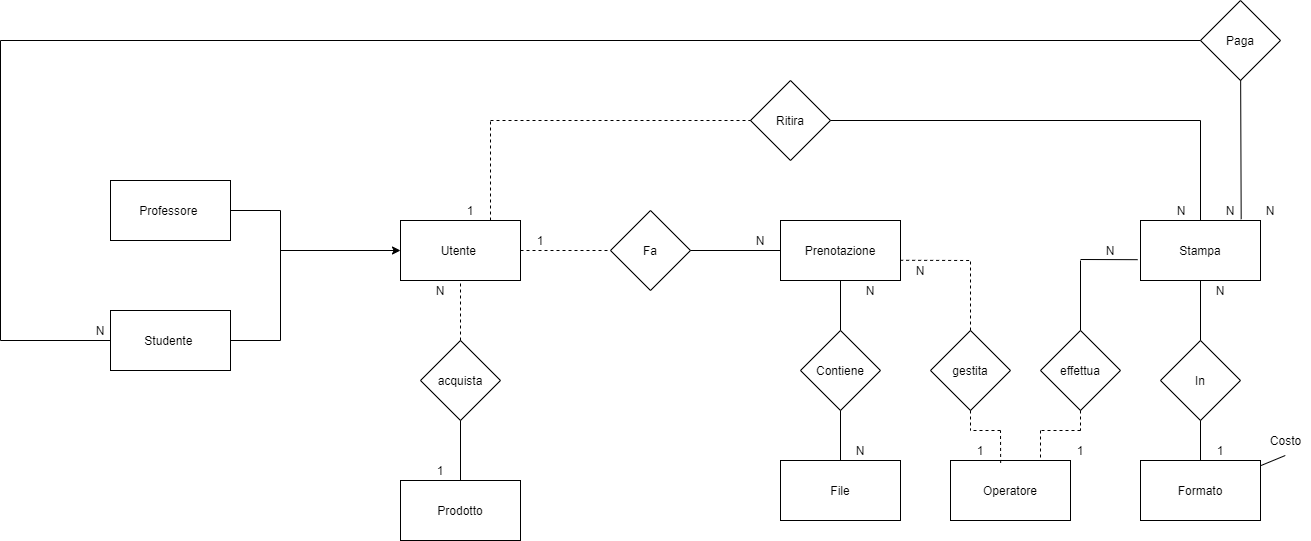
This is Documentazione/Progettazione/Diagramma ER.png from Depog/ProgettoInformatica, a draw.io export, as it was before one commit. Source tidied: cells renumbered, new cells last; positions are measured from the earlier drawing's top-left corner, leaving out a move shared by most shapes.
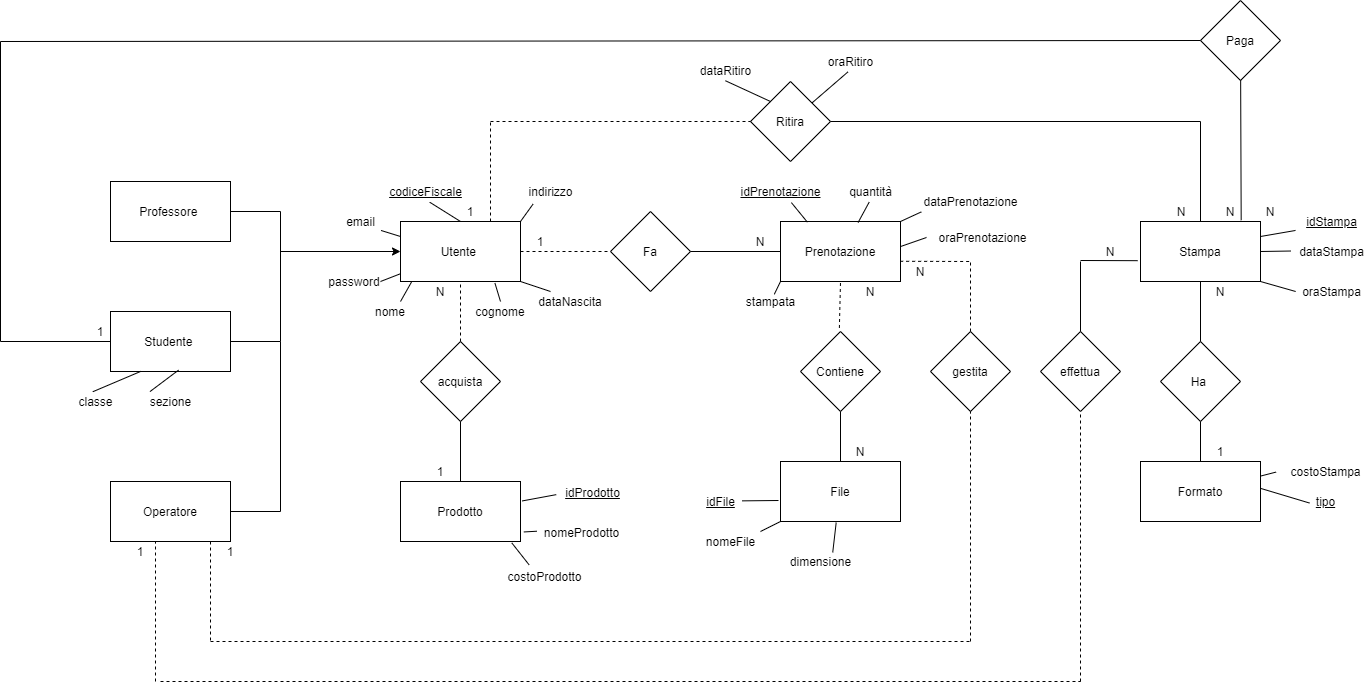
The same file after the commit.

Change to the diagram source:
```diff
@@ -13,5 +13,2 @@
     </mxCell>
-    <mxCell id="5" style="endArrow=none;html=1;entryX=0.5;entryY=1;entryDx=0;entryDy=0;exitX=0.5;exitY=0;exitDx=0;exitDy=0;" parent="1" edge="1" source="3" target="2">
-      <mxGeometry relative="1" as="geometry" />
-    </mxCell>
     <mxCell id="6" style="endArrow=none;html=1;entryX=0.5;entryY=1;entryDx=0;entryDy=0;exitX=0.5;exitY=0;exitDx=0;exitDy=0;" parent="1" edge="1" source="4" target="3">
@@ -20,3 +17,3 @@
     <mxCell id="7" value="Operatore" style="rounded=0;whiteSpace=wrap;html=1;" parent="1" vertex="1">
-      <mxGeometry x="950" y="460" width="120" height="60" as="geometry" />
+      <mxGeometry x="110" y="480" width="120" height="60" as="geometry" />
     </mxCell>
@@ -25,7 +22,2 @@
     </mxCell>
-    <mxCell id="9" style="endArrow=none;dashed=1;html=1;exitX=0.5;exitY=1;exitDx=0;exitDy=0;" parent="1" edge="1" source="8">
-      <mxGeometry relative="1" as="geometry">
-        <mxPoint x="970" y="430" as="targetPoint" />
-      </mxGeometry>
-    </mxCell>
     <mxCell id="10" style="endArrow=none;dashed=1;html=1;exitX=0.997;exitY=0.663;exitDx=0;exitDy=0;exitPerimeter=0;" parent="1" edge="1" source="2">
@@ -46,13 +38,2 @@
     </mxCell>
-    <mxCell id="14" style="endArrow=none;dashed=1;html=1;" parent="1" edge="1">
-      <mxGeometry relative="1" as="geometry">
-        <mxPoint x="1000" y="430" as="sourcePoint" />
-        <mxPoint x="970" y="430" as="targetPoint" />
-      </mxGeometry>
-    </mxCell>
-    <mxCell id="15" style="endArrow=none;dashed=1;html=1;exitX=0.418;exitY=0.041;exitDx=0;exitDy=0;exitPerimeter=0;" parent="1" edge="1" source="7">
-      <mxGeometry relative="1" as="geometry">
-        <mxPoint x="1000" y="430" as="targetPoint" />
-      </mxGeometry>
-    </mxCell>
     <mxCell id="16" value="N" style="text;html=1;strokeColor=none;fillColor=none;align=center;verticalAlign=middle;whiteSpace=wrap;rounded=0;" parent="1" vertex="1">
@@ -61,5 +42,5 @@
     <mxCell id="17" value="1" style="text;html=1;strokeColor=none;fillColor=none;align=center;verticalAlign=middle;whiteSpace=wrap;rounded=0;" parent="1" vertex="1">
-      <mxGeometry x="960" y="440" width="40" height="20" as="geometry" />
+      <mxGeometry x="120" y="540" width="40" height="20" as="geometry" />
     </mxCell>
-    <mxCell id="18" value="In" style="rhombus;whiteSpace=wrap;html=1;" parent="1" vertex="1">
+    <mxCell id="18" value="Ha&amp;nbsp;" style="rhombus;whiteSpace=wrap;html=1;" parent="1" vertex="1">
       <mxGeometry x="1160" y="340" width="80" height="80" as="geometry" />
@@ -78,18 +59,2 @@
     </mxCell>
-    <mxCell id="23" style="endArrow=none;dashed=1;html=1;entryX=0.75;entryY=0;entryDx=0;entryDy=0;" parent="1" edge="1" target="7">
-      <mxGeometry relative="1" as="geometry">
-        <mxPoint x="1040" y="430" as="sourcePoint" />
-      </mxGeometry>
-    </mxCell>
-    <mxCell id="24" style="endArrow=none;dashed=1;html=1;" parent="1" edge="1">
-      <mxGeometry relative="1" as="geometry">
-        <mxPoint x="1080" y="430" as="sourcePoint" />
-        <mxPoint x="1040" y="430" as="targetPoint" />
-      </mxGeometry>
-    </mxCell>
-    <mxCell id="25" style="endArrow=none;dashed=1;html=1;exitX=0.5;exitY=1;exitDx=0;exitDy=0;" parent="1" edge="1" source="22">
-      <mxGeometry relative="1" as="geometry">
-        <mxPoint x="1080" y="430" as="targetPoint" />
-      </mxGeometry>
-    </mxCell>
     <mxCell id="26" style="endArrow=none;html=1;entryX=0.5;entryY=0;entryDx=0;entryDy=0;" parent="1" edge="1" target="22">
@@ -108,3 +73,3 @@
     <mxCell id="29" value="1" style="text;html=1;strokeColor=none;fillColor=none;align=center;verticalAlign=middle;whiteSpace=wrap;rounded=0;" parent="1" vertex="1">
-      <mxGeometry x="1060" y="440" width="40" height="20" as="geometry" />
+      <mxGeometry x="210" y="540" width="40" height="20" as="geometry" />
     </mxCell>
@@ -122,6 +87,6 @@
     </mxCell>
-    <mxCell id="34" value="Costo" style="text;html=1;align=center;verticalAlign=middle;points=[];" parent="1" vertex="1">
-      <mxGeometry x="1260" y="430" width="50" height="20" as="geometry" />
+    <mxCell id="34" value="costoStampa" style="text;html=1;align=center;verticalAlign=middle;points=[];" parent="1" vertex="1">
+      <mxGeometry x="1280" y="460" width="90" height="20" as="geometry" />
     </mxCell>
-    <mxCell id="35" style="endArrow=none;html=1;entryX=0.496;entryY=1.25;entryDx=0;entryDy=0;entryPerimeter=0;" parent="1" edge="1" source="19" target="34">
+    <mxCell id="35" style="endArrow=none;html=1;entryX=-0.049;entryY=0.529;entryDx=0;entryDy=0;entryPerimeter=0;" parent="1" edge="1" source="19" target="34">
       <mxGeometry relative="1" as="geometry" />
@@ -197,3 +162,3 @@
     <mxCell id="56" value="Paga" style="rhombus;whiteSpace=wrap;html=1;" parent="1" vertex="1">
-      <mxGeometry x="1200" width="80" height="80" as="geometry" />
+      <mxGeometry x="1200" y="-1" width="80" height="80" as="geometry" />
     </mxCell>
@@ -242,3 +207,3 @@
     </mxCell>
-    <mxCell id="66" value="N" style="text;html=1;strokeColor=none;fillColor=none;align=center;verticalAlign=middle;whiteSpace=wrap;rounded=0;" parent="1" vertex="1">
+    <mxCell id="66" value="1" style="text;html=1;strokeColor=none;fillColor=none;align=center;verticalAlign=middle;whiteSpace=wrap;rounded=0;" parent="1" vertex="1">
       <mxGeometry x="80" y="320" width="40" height="20" as="geometry" />
@@ -248,2 +213,212 @@
     </mxCell>
+    <mxCell id="5" style="endArrow=none;dashed=1;html=1;entryX=0.5;entryY=1;entryDx=0;entryDy=0;exitX=0.486;exitY=-0.044;exitDx=0;exitDy=0;exitPerimeter=0;" parent="1" edge="1" source="3" target="2">
+      <mxGeometry relative="1" as="geometry" />
+    </mxCell>
+    <mxCell id="68" value="&lt;u&gt;codiceFiscale&lt;/u&gt;" style="text;html=1;align=center;verticalAlign=middle;points=[];" parent="1" vertex="1">
+      <mxGeometry x="380" y="180" width="90" height="20" as="geometry" />
+    </mxCell>
+    <mxCell id="69" style="endArrow=none;html=1;entryX=0.547;entryY=1.036;entryDx=0;entryDy=0;entryPerimeter=0;exitX=0.5;exitY=0;exitDx=0;exitDy=0;" parent="1" edge="1" source="36" target="68">
+      <mxGeometry relative="1" as="geometry" />
+    </mxCell>
+    <mxCell id="70" value="email" style="text;html=1;align=center;verticalAlign=middle;points=[];" parent="1" vertex="1">
+      <mxGeometry x="340" y="210" width="40" height="20" as="geometry" />
+    </mxCell>
+    <mxCell id="71" value="password" style="text;html=1;strokeColor=none;fillColor=none;align=center;verticalAlign=middle;whiteSpace=wrap;rounded=0;" parent="1" vertex="1">
+      <mxGeometry x="334" y="270" width="40" height="20" as="geometry" />
+    </mxCell>
+    <mxCell id="72" value="nome" style="text;html=1;strokeColor=none;fillColor=none;align=center;verticalAlign=middle;whiteSpace=wrap;rounded=0;" parent="1" vertex="1">
+      <mxGeometry x="370" y="300" width="40" height="20" as="geometry" />
+    </mxCell>
+    <mxCell id="73" value="cognome" style="text;html=1;strokeColor=none;fillColor=none;align=center;verticalAlign=middle;whiteSpace=wrap;rounded=0;" parent="1" vertex="1">
+      <mxGeometry x="480" y="300" width="40" height="20" as="geometry" />
+    </mxCell>
+    <mxCell id="74" value="dataNascita" style="text;html=1;strokeColor=none;fillColor=none;align=center;verticalAlign=middle;whiteSpace=wrap;rounded=0;" parent="1" vertex="1">
+      <mxGeometry x="550" y="290" width="40" height="20" as="geometry" />
+    </mxCell>
+    <mxCell id="75" style="endArrow=none;html=1;entryX=1.013;entryY=0.948;entryDx=0;entryDy=0;entryPerimeter=0;exitX=0;exitY=0.25;exitDx=0;exitDy=0;" parent="1" edge="1" source="36" target="70">
+      <mxGeometry relative="1" as="geometry" />
+    </mxCell>
+    <mxCell id="76" style="endArrow=none;html=1;entryX=-0.002;entryY=0.872;entryDx=0;entryDy=0;entryPerimeter=0;" parent="1" edge="1" target="36">
+      <mxGeometry relative="1" as="geometry">
+        <mxPoint x="380" y="280" as="sourcePoint" />
+      </mxGeometry>
+    </mxCell>
+    <mxCell id="77" style="endArrow=none;html=1;entryX=0.091;entryY=1.011;entryDx=0;entryDy=0;entryPerimeter=0;exitX=0.75;exitY=0;exitDx=0;exitDy=0;" parent="1" edge="1" source="72" target="36">
+      <mxGeometry relative="1" as="geometry" />
+    </mxCell>
+    <mxCell id="78" style="endArrow=none;html=1;entryX=0.787;entryY=1.027;entryDx=0;entryDy=0;entryPerimeter=0;exitX=0.5;exitY=0;exitDx=0;exitDy=0;" parent="1" edge="1" source="73" target="36">
+      <mxGeometry relative="1" as="geometry" />
+    </mxCell>
+    <mxCell id="79" style="endArrow=none;html=1;entryX=1;entryY=1;entryDx=0;entryDy=0;exitX=0;exitY=0;exitDx=0;exitDy=0;" parent="1" edge="1" source="74" target="36">
+      <mxGeometry relative="1" as="geometry" />
+    </mxCell>
+    <mxCell id="80" value="classe" style="text;html=1;align=center;verticalAlign=middle;points=[];" parent="1" vertex="1">
+      <mxGeometry x="70" y="390" width="50" height="20" as="geometry" />
+    </mxCell>
+    <mxCell id="81" value="sezione" style="text;html=1;align=center;verticalAlign=middle;points=[];" parent="1" vertex="1">
+      <mxGeometry x="140" y="390" width="60" height="20" as="geometry" />
+    </mxCell>
+    <mxCell id="82" style="endArrow=none;html=1;entryX=0.25;entryY=1;entryDx=0;entryDy=0;exitX=0.446;exitY=0.012;exitDx=0;exitDy=0;exitPerimeter=0;" parent="1" edge="1" source="80" target="55">
+      <mxGeometry relative="1" as="geometry" />
+    </mxCell>
+    <mxCell id="83" style="endArrow=none;html=1;entryX=0.567;entryY=0.977;entryDx=0;entryDy=0;entryPerimeter=0;exitX=0.158;exitY=0.004;exitDx=0;exitDy=0;exitPerimeter=0;" parent="1" edge="1" source="81" target="55">
+      <mxGeometry relative="1" as="geometry" />
+    </mxCell>
+    <mxCell id="84" value="&lt;u&gt;idPrenotazione&lt;/u&gt;" style="text;html=1;align=center;verticalAlign=middle;points=[];" parent="1" vertex="1">
+      <mxGeometry x="730" y="180" width="100" height="20" as="geometry" />
+    </mxCell>
+    <mxCell id="85" value="quantità" style="text;html=1;align=center;verticalAlign=middle;points=[];" parent="1" vertex="1">
+      <mxGeometry x="840" y="180" width="60" height="20" as="geometry" />
+    </mxCell>
+    <mxCell id="86" value="dataPrenotazione" style="text;html=1;align=center;verticalAlign=middle;points=[];" parent="1" vertex="1">
+      <mxGeometry x="915" y="190" width="110" height="20" as="geometry" />
+    </mxCell>
+    <mxCell id="87" value="oraPrenotazione" style="text;html=1;align=center;verticalAlign=middle;" parent="1" vertex="1">
+      <mxGeometry x="932" y="226" width="100" height="20" as="geometry" />
+    </mxCell>
+    <mxCell id="88" value="stampata" style="text;html=1;align=center;verticalAlign=middle;points=[];" parent="1" vertex="1">
+      <mxGeometry x="740" y="290" width="60" height="20" as="geometry" />
+    </mxCell>
+    <mxCell id="89" style="endArrow=none;html=1;entryX=0;entryY=1;entryDx=0;entryDy=0;exitX=0.563;exitY=0.14;exitDx=0;exitDy=0;exitPerimeter=0;" parent="1" edge="1" source="88" target="2">
+      <mxGeometry relative="1" as="geometry" />
+    </mxCell>
+    <mxCell id="90" style="endArrow=none;html=1;entryX=0.609;entryY=1.056;entryDx=0;entryDy=0;entryPerimeter=0;exitX=0.224;exitY=0.011;exitDx=0;exitDy=0;exitPerimeter=0;" parent="1" edge="1" source="2" target="84">
+      <mxGeometry relative="1" as="geometry" />
+    </mxCell>
+    <mxCell id="91" style="endArrow=none;html=1;entryX=0.478;entryY=1.032;entryDx=0;entryDy=0;entryPerimeter=0;exitX=0.647;exitY=0.016;exitDx=0;exitDy=0;exitPerimeter=0;" parent="1" edge="1" source="2" target="85">
+      <mxGeometry relative="1" as="geometry" />
+    </mxCell>
+    <mxCell id="92" style="endArrow=none;html=1;entryX=0.053;entryY=1.02;entryDx=0;entryDy=0;entryPerimeter=0;exitX=1;exitY=0;exitDx=0;exitDy=0;" parent="1" edge="1" source="2" target="86">
+      <mxGeometry relative="1" as="geometry" />
+    </mxCell>
+    <mxCell id="93" style="endArrow=none;html=1;exitX=0.998;exitY=0.419;exitDx=0;exitDy=0;exitPerimeter=0;" parent="1" edge="1" source="2">
+      <mxGeometry relative="1" as="geometry">
+        <mxPoint x="926" y="236" as="targetPoint" />
+      </mxGeometry>
+    </mxCell>
+    <mxCell id="94" value="&lt;u&gt;idFile&lt;/u&gt;" style="text;html=1;align=center;verticalAlign=middle;points=[];" parent="1" vertex="1">
+      <mxGeometry x="700" y="490" width="40" height="20" as="geometry" />
+    </mxCell>
+    <mxCell id="95" value="nomeFile" style="text;html=1;align=center;verticalAlign=middle;points=[];" parent="1" vertex="1">
+      <mxGeometry x="700" y="530" width="60" height="20" as="geometry" />
+    </mxCell>
+    <mxCell id="96" value="dimensione" style="text;html=1;align=center;verticalAlign=middle;points=[];" parent="1" vertex="1">
+      <mxGeometry x="780" y="550" width="80" height="20" as="geometry" />
+    </mxCell>
+    <mxCell id="97" style="endArrow=none;html=1;exitX=1.045;exitY=0.468;exitDx=0;exitDy=0;exitPerimeter=0;" parent="1" edge="1" source="94">
+      <mxGeometry relative="1" as="geometry">
+        <mxPoint x="778" y="499" as="targetPoint" />
+      </mxGeometry>
+    </mxCell>
+    <mxCell id="98" style="endArrow=none;html=1;entryX=0;entryY=1;entryDx=0;entryDy=0;exitX=1;exitY=0;exitDx=0;exitDy=0;exitPerimeter=0;" parent="1" edge="1" source="95" target="4">
+      <mxGeometry relative="1" as="geometry" />
+    </mxCell>
+    <mxCell id="99" style="endArrow=none;html=1;entryX=0.464;entryY=1.019;entryDx=0;entryDy=0;entryPerimeter=0;exitX=0.653;exitY=0.044;exitDx=0;exitDy=0;exitPerimeter=0;" parent="1" edge="1" source="96" target="4">
+      <mxGeometry relative="1" as="geometry" />
+    </mxCell>
+    <mxCell id="100" style="endArrow=none;html=1;" parent="1" edge="1">
+      <mxGeometry relative="1" as="geometry">
+        <mxPoint x="280" y="510" as="sourcePoint" />
+        <mxPoint x="280" y="340" as="targetPoint" />
+      </mxGeometry>
+    </mxCell>
+    <mxCell id="101" style="endArrow=none;html=1;exitX=1;exitY=0.5;exitDx=0;exitDy=0;" parent="1" edge="1" source="7">
+      <mxGeometry relative="1" as="geometry">
+        <mxPoint x="280" y="510" as="targetPoint" />
+      </mxGeometry>
+    </mxCell>
+    <mxCell id="102" style="endArrow=none;dashed=1;html=1;" parent="1" edge="1">
+      <mxGeometry relative="1" as="geometry">
+        <mxPoint x="210" y="540" as="sourcePoint" />
+        <mxPoint x="210" y="640" as="targetPoint" />
+      </mxGeometry>
+    </mxCell>
+    <mxCell id="103" style="endArrow=none;dashed=1;html=1;" parent="1" edge="1">
+      <mxGeometry relative="1" as="geometry">
+        <mxPoint x="210" y="640" as="sourcePoint" />
+        <mxPoint x="970" y="640" as="targetPoint" />
+      </mxGeometry>
+    </mxCell>
+    <mxCell id="104" style="endArrow=none;dashed=1;html=1;entryX=0.5;entryY=1;entryDx=0;entryDy=0;" parent="1" edge="1" target="8">
+      <mxGeometry relative="1" as="geometry">
+        <mxPoint x="970" y="640" as="sourcePoint" />
+      </mxGeometry>
+    </mxCell>
+    <mxCell id="105" style="endArrow=none;dashed=1;html=1;" parent="1" edge="1">
+      <mxGeometry relative="1" as="geometry">
+        <mxPoint x="155" y="680" as="sourcePoint" />
+        <mxPoint x="155" y="540" as="targetPoint" />
+      </mxGeometry>
+    </mxCell>
+    <mxCell id="106" style="endArrow=none;dashed=1;html=1;" parent="1" edge="1">
+      <mxGeometry relative="1" as="geometry">
+        <mxPoint x="160" y="680" as="sourcePoint" />
+        <mxPoint x="1080" y="680" as="targetPoint" />
+      </mxGeometry>
+    </mxCell>
+    <mxCell id="107" style="endArrow=none;dashed=1;html=1;entryX=0.5;entryY=1;entryDx=0;entryDy=0;" parent="1" edge="1" target="22">
+      <mxGeometry relative="1" as="geometry">
+        <mxPoint x="1080" y="680" as="sourcePoint" />
+      </mxGeometry>
+    </mxCell>
+    <mxCell id="108" value="indirizzo" style="text;html=1;align=center;verticalAlign=middle;points=[];" parent="1" vertex="1">
+      <mxGeometry x="520" y="180" width="60" height="20" as="geometry" />
+    </mxCell>
+    <mxCell id="109" style="endArrow=none;html=1;entryX=1;entryY=0;entryDx=0;entryDy=0;exitX=0.209;exitY=1.13;exitDx=0;exitDy=0;exitPerimeter=0;" parent="1" edge="1" source="108" target="36">
+      <mxGeometry relative="1" as="geometry" />
+    </mxCell>
+    <mxCell id="110" value="&lt;u&gt;idStampa&lt;/u&gt;" style="text;html=1;align=center;verticalAlign=middle;points=[];" parent="1" vertex="1">
+      <mxGeometry x="1296" y="210" width="70" height="20" as="geometry" />
+    </mxCell>
+    <mxCell id="111" value="oraStampa" style="text;html=1;align=center;verticalAlign=middle;points=[];" parent="1" vertex="1">
+      <mxGeometry x="1296" y="280" width="70" height="20" as="geometry" />
+    </mxCell>
+    <mxCell id="112" value="dataStampa" style="text;html=1;align=center;verticalAlign=middle;points=[];" parent="1" vertex="1">
+      <mxGeometry x="1291" y="240" width="80" height="20" as="geometry" />
+    </mxCell>
+    <mxCell id="113" style="endArrow=none;html=1;entryX=-0.014;entryY=0.948;entryDx=0;entryDy=0;entryPerimeter=0;exitX=1;exitY=0.25;exitDx=0;exitDy=0;" parent="1" edge="1" source="21" target="110">
+      <mxGeometry relative="1" as="geometry" />
+    </mxCell>
+    <mxCell id="114" style="endArrow=none;html=1;entryX=1;entryY=0.5;entryDx=0;entryDy=0;exitX=-0.01;exitY=0.476;exitDx=0;exitDy=0;exitPerimeter=0;" parent="1" edge="1" source="112" target="21">
+      <mxGeometry relative="1" as="geometry" />
+    </mxCell>
+    <mxCell id="115" style="endArrow=none;html=1;entryX=1;entryY=1;entryDx=0;entryDy=0;exitX=-0.012;exitY=0.5;exitDx=0;exitDy=0;exitPerimeter=0;" parent="1" edge="1" source="111" target="21">
+      <mxGeometry relative="1" as="geometry" />
+    </mxCell>
+    <mxCell id="116" value="&lt;u&gt;tipo&lt;/u&gt;" style="text;html=1;align=center;verticalAlign=middle;points=[];" parent="1" vertex="1">
+      <mxGeometry x="1310" y="490" width="30" height="20" as="geometry" />
+    </mxCell>
+    <mxCell id="117" style="endArrow=none;html=1;entryX=-0.035;entryY=0.576;entryDx=0;entryDy=0;entryPerimeter=0;exitX=1.001;exitY=0.448;exitDx=0;exitDy=0;exitPerimeter=0;" parent="1" edge="1" source="19" target="116">
+      <mxGeometry relative="1" as="geometry" />
+    </mxCell>
+    <mxCell id="118" value="&lt;u&gt;idProdotto&lt;/u&gt;" style="text;html=1;align=center;verticalAlign=middle;points=[];" parent="1" vertex="1">
+      <mxGeometry x="557" y="481" width="70" height="20" as="geometry" />
+    </mxCell>
+    <mxCell id="119" value="nomeProdotto" style="text;html=1;align=center;verticalAlign=middle;points=[];" parent="1" vertex="1">
+      <mxGeometry x="536" y="521" width="90" height="20" as="geometry" />
+    </mxCell>
+    <mxCell id="120" value="costoProdotto" style="text;html=1;align=center;verticalAlign=middle;points=[];" parent="1" vertex="1">
+      <mxGeometry x="499" y="565" width="90" height="20" as="geometry" />
+    </mxCell>
+    <mxCell id="121" style="endArrow=none;html=1;entryX=-0.018;entryY=0.607;entryDx=0;entryDy=0;entryPerimeter=0;exitX=1.014;exitY=0.324;exitDx=0;exitDy=0;exitPerimeter=0;" parent="1" edge="1" source="49" target="118">
+      <mxGeometry relative="1" as="geometry" />
+    </mxCell>
+    <mxCell id="122" style="endArrow=none;html=1;entryX=0.004;entryY=0.436;entryDx=0;entryDy=0;entryPerimeter=0;exitX=1.028;exitY=0.841;exitDx=0;exitDy=0;exitPerimeter=0;" parent="1" edge="1" source="49" target="119">
+      <mxGeometry relative="1" as="geometry" />
+    </mxCell>
+    <mxCell id="123" style="endArrow=none;html=1;entryX=0.927;entryY=1.022;entryDx=0;entryDy=0;entryPerimeter=0;exitX=0.328;exitY=-0.088;exitDx=0;exitDy=0;exitPerimeter=0;" parent="1" edge="1" source="120" target="49">
+      <mxGeometry relative="1" as="geometry" />
+    </mxCell>
+    <mxCell id="124" value="dataRitiro" style="text;html=1;align=center;verticalAlign=middle;points=[];" parent="1" vertex="1">
+      <mxGeometry x="690" y="59" width="70" height="20" as="geometry" />
+    </mxCell>
+    <mxCell id="125" value="oraRitiro" style="text;html=1;align=center;verticalAlign=middle;points=[];" parent="1" vertex="1">
+      <mxGeometry x="820" y="50" width="60" height="20" as="geometry" />
+    </mxCell>
+    <mxCell id="126" style="endArrow=none;html=1;entryX=0.456;entryY=1.024;entryDx=0;entryDy=0;entryPerimeter=0;" parent="1" edge="1" source="33" target="125">
+      <mxGeometry relative="1" as="geometry" />
+    </mxCell>
+    <mxCell id="127" style="endArrow=none;html=1;entryX=0.499;entryY=1.012;entryDx=0;entryDy=0;entryPerimeter=0;exitX=0;exitY=0;exitDx=0;exitDy=0;" parent="1" edge="1" source="33" target="124">
+      <mxGeometry relative="1" as="geometry" />
+    </mxCell>
   </root>
```
